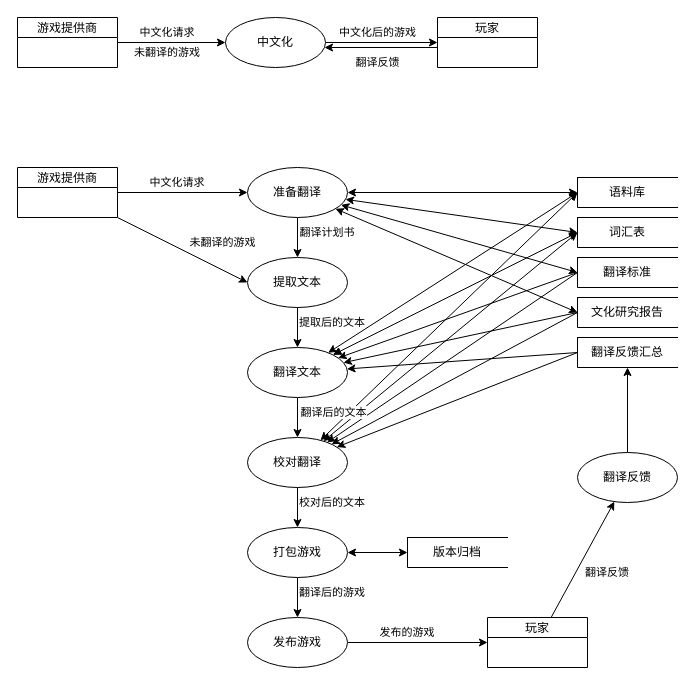
Before: 顶层DFD.drawio in icemeowzhi/bach_final_diags, a draw.io diagram. Source tidied: cells renumbered, new cells numbered last; positions are measured from the earlier drawing's top-left corner, leaving out a move shared by most shapes. Both pictures are drawn from the tidied source at 100%, with x=0, y=0 at pixel (17, 17).
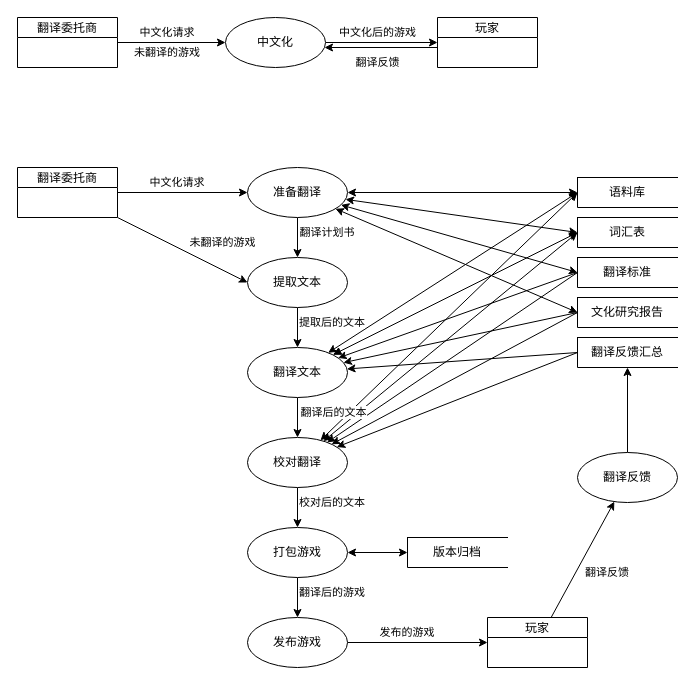
The same page after the edit.

The edit, as a diff of the source:
```diff
@@
-    <mxCell id="3" value="游戏提供商" style="swimlane;fontStyle=0;horizontal=1;startSize=20;fillColor=#ffffff;swimlaneFillColor=#ffffff;" parent="1" vertex="1">
+    <mxCell id="3" value="翻译委托商" style="swimlane;fontStyle=0;horizontal=1;startSize=20;fillColor=#ffffff;swimlaneFillColor=#ffffff;" parent="1" vertex="1">
       <mxGeometry width="100" height="50" as="geometry" />
     </mxCell>
@@
-    <mxCell id="35" value="游戏提供商" style="swimlane;fontStyle=0;horizontal=1;startSize=20;fillColor=#ffffff;swimlaneFillColor=#ffffff;" parent="1" vertex="1">
+    <mxCell id="35" value="翻译委托商" style="swimlane;fontStyle=0;horizontal=1;startSize=20;fillColor=#ffffff;swimlaneFillColor=#ffffff;" parent="1" vertex="1">
       <mxGeometry y="150" width="100" height="50" as="geometry" />
     </mxCell>
```
